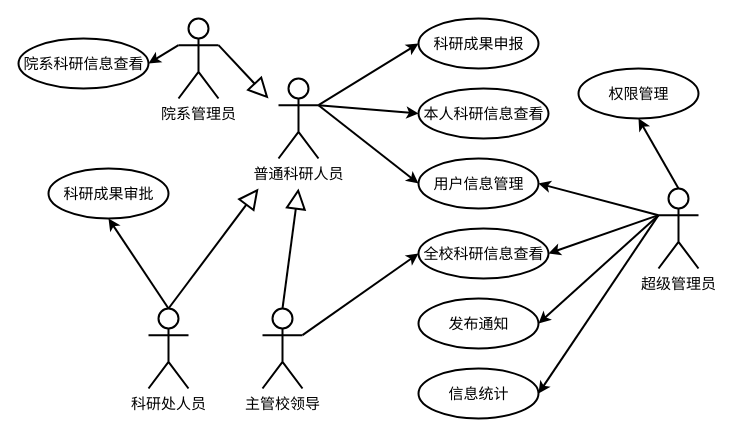
Above: 科研管理系统-用例图.drawio in srcrs/draw-static (draw.io), before the change. Source tidied: cells renumbered, new cells numbered last; positions are measured from the earlier drawing's top-left corner, leaving out a move shared by most shapes. Both pictures are drawn from the tidied source at 100%, with x=0, y=0 at pixel (18, 18).
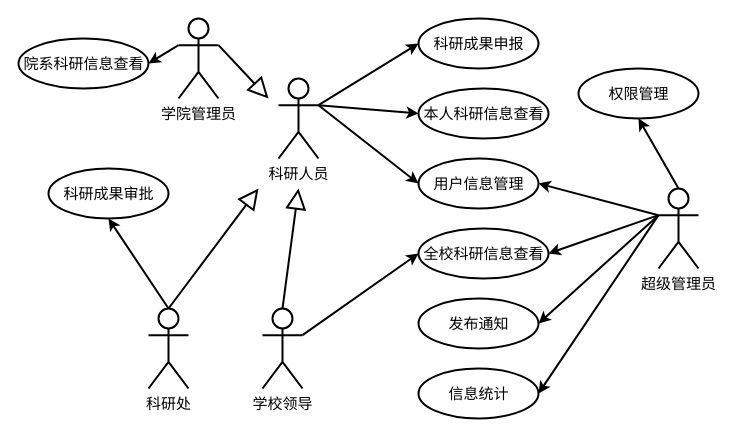
The same diagram, later.

Commit message (it also covers changes not shown here):
更新科研管理系统-用例图.drawio

Diff of the diagram source:
```diff
@@
-    <mxCell id="2" value="普通科研人员" style="shape=umlActor;verticalLabelPosition=bottom;verticalAlign=top;html=1;outlineConnect=0;strokeWidth=2;fontSize=15;" parent="1" vertex="1">
+    <mxCell id="2" value="科研人员" style="shape=umlActor;verticalLabelPosition=bottom;verticalAlign=top;html=1;outlineConnect=0;strokeWidth=2;fontSize=15;" parent="1" vertex="1">
       <mxGeometry x="260" y="60" width="40" height="80" as="geometry" />
     </mxCell>
@@
-    <mxCell id="19" value="院系管理员" style="shape=umlActor;verticalLabelPosition=bottom;verticalAlign=top;html=1;outlineConnect=0;strokeWidth=2;fontSize=15;" parent="1" vertex="1">
+    <mxCell id="19" value="学院管理员" style="shape=umlActor;verticalLabelPosition=bottom;verticalAlign=top;html=1;outlineConnect=0;strokeWidth=2;fontSize=15;" parent="1" vertex="1">
       <mxGeometry x="160" width="40" height="80" as="geometry" />
     </mxCell>
-    <mxCell id="20" value="科研处人员" style="shape=umlActor;verticalLabelPosition=bottom;verticalAlign=top;html=1;outlineConnect=0;strokeWidth=2;fontSize=15;" parent="1" vertex="1">
+    <mxCell id="20" value="科研处" style="shape=umlActor;verticalLabelPosition=bottom;verticalAlign=top;html=1;outlineConnect=0;strokeWidth=2;fontSize=15;" parent="1" vertex="1">
       <mxGeometry x="130" y="290" width="40" height="80" as="geometry" />
     </mxCell>
-    <mxCell id="21" value="主管校领导" style="shape=umlActor;verticalLabelPosition=bottom;verticalAlign=top;html=1;outlineConnect=0;strokeWidth=2;fontSize=15;" parent="1" vertex="1">
+    <mxCell id="21" value="学校领导" style="shape=umlActor;verticalLabelPosition=bottom;verticalAlign=top;html=1;outlineConnect=0;strokeWidth=2;fontSize=15;" parent="1" vertex="1">
       <mxGeometry x="244" y="290" width="40" height="80" as="geometry" />
     </mxCell>
```
